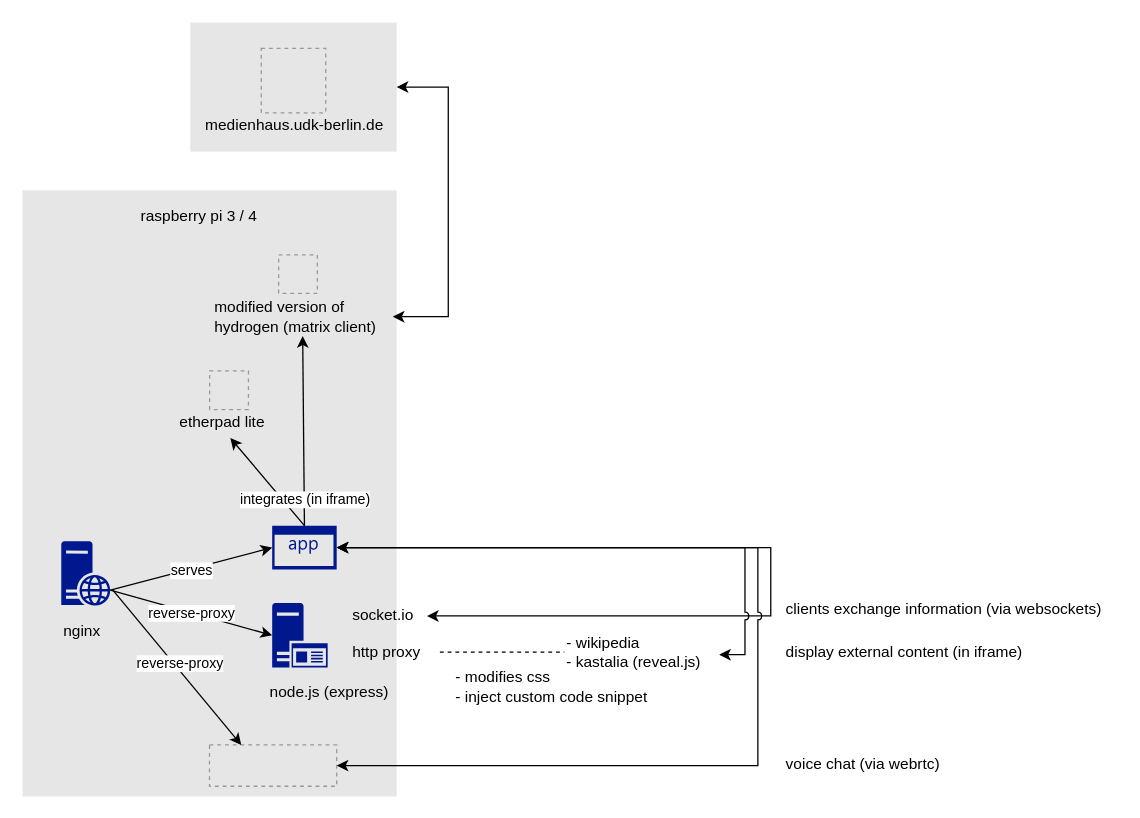
Earlier version of the draw.io diagram docs/architecture.drawio (freder/teacher.js). Source tidied: cells renumbered, new cells numbered last; positions are measured from the earlier drawing's top-left corner, leaving out a move shared by most shapes. Both pictures are drawn from the tidied source at 129%, with x=0, y=0 at pixel (22, 22). Pictures stored in the file or linked from it are replaced by grey dashed boxes.
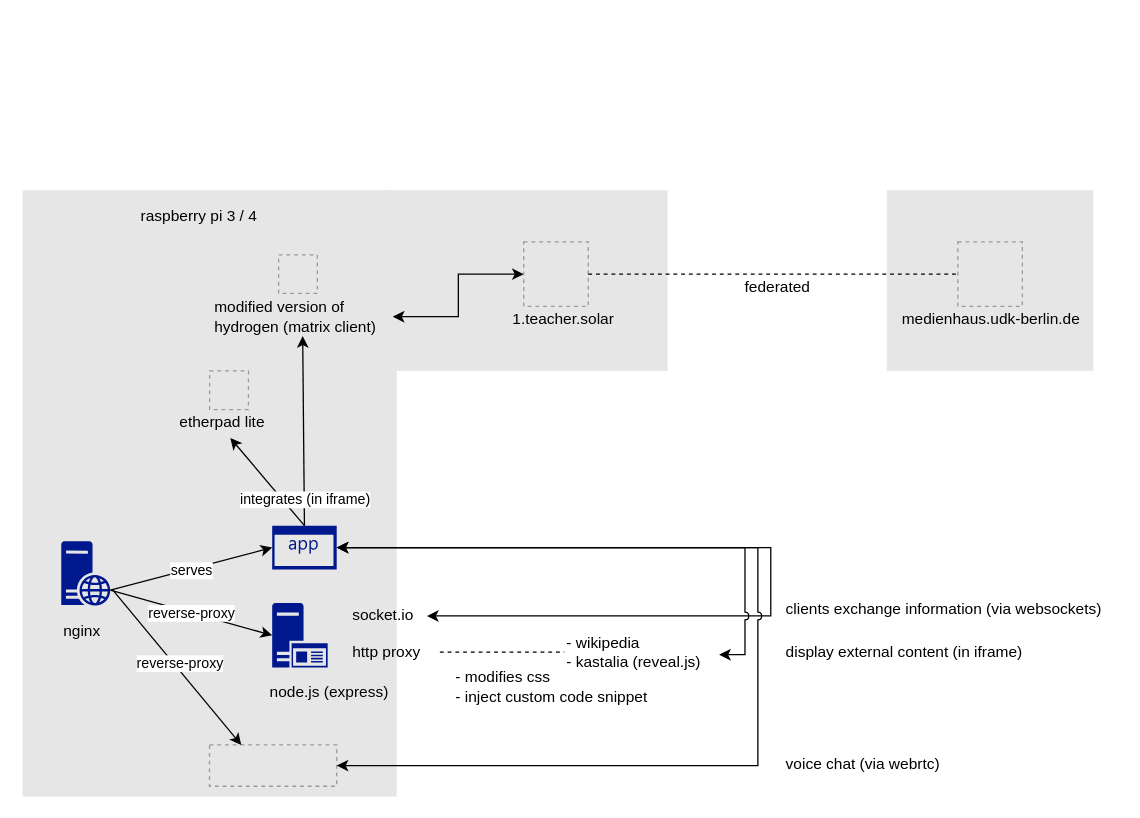
Above is the later version.

Commit message (it also covers changes not shown here):
alternative architecture diagram

The change refers to these unchanged cells:
```xml
<mxCell id="29" value="modified version of&lt;br&gt;hydrogen (matrix client)" style="text;html=1;align=left;verticalAlign=middle;points=[];strokeColor=none;" parent="28" vertex="1">
  <mxGeometry x="-1.5" y="33" width="140" height="30" as="geometry" />
</mxCell>
<mxCell id="34" style="fillColor=#E6E6E6;strokeColor=#999999;dashed=1;verticalLabelPosition=bottom;labelBackgroundColor=#ffffff;verticalAlign=top;" parent="33" vertex="1">
  <mxGeometry x="45" width="50" height="50" as="geometry" />
</mxCell>
```

Change to the diagram source:
```diff
@@
-    <mxCell id="2" style="whiteSpace=wrap;html=1;align=left;fillColor=#E6E6E6;strokeColor=none;" parent="1" vertex="1">
-      <mxGeometry x="130" width="160" height="100" as="geometry" />
-    </mxCell>
+    <mxCell id="42" style="whiteSpace=wrap;html=1;align=left;fillColor=#E6E6E6;strokeColor=none;" parent="1" vertex="1">
+      <mxGeometry x="280" y="130" width="220" height="140" as="geometry" />
+    </mxCell>
@@
-    <mxCell id="31" style="endArrow=classic;html=1;rounded=0;edgeStyle=orthogonalEdgeStyle;startArrow=classic;startFill=1;shadow=0;sketch=0;jumpStyle=arc;entryX=1;entryY=0.5;entryDx=0;entryDy=0;" parent="1" edge="1" source="29" target="2">
-      <mxGeometry relative="1" as="geometry">
-        <Array as="points">
-          <mxPoint x="330" y="228" />
-          <mxPoint x="330" y="50" />
-        </Array>
-      </mxGeometry>
+    <mxCell id="31" style="endArrow=classic;html=1;rounded=0;edgeStyle=orthogonalEdgeStyle;startArrow=classic;startFill=1;shadow=0;sketch=0;jumpStyle=arc;entryX=0;entryY=0.5;entryDx=0;entryDy=0;" parent="1" edge="1" source="29" target="34">
+      <mxGeometry relative="1" as="geometry" />
     </mxCell>
     <mxCell id="32" style="group;" parent="1" vertex="1">
-      <mxGeometry x="140" y="20" width="150" height="70" as="geometry" />
+      <mxGeometry x="343.5" y="170" width="150" height="70" as="geometry" />
     </mxCell>
@@
-    <mxCell id="35" value="medienhaus.udk-berlin.de" style="text;html=1;align=left;verticalAlign=middle;strokeColor=none;" parent="32" vertex="1">
-      <mxGeometry y="50" width="150" height="20" as="geometry" />
+    <mxCell id="35" value="1.teacher.solar" style="text;html=1;align=center;verticalAlign=middle;strokeColor=none;" parent="32" vertex="1">
+      <mxGeometry x="30" y="50" width="90" height="20" as="geometry" />
     </mxCell>
@@
+    <mxCell id="43" style="whiteSpace=wrap;html=1;align=left;fillColor=#E6E6E6;strokeColor=none;" parent="1" vertex="1">
+      <mxGeometry x="670" y="130" width="160" height="140" as="geometry" />
+    </mxCell>
+    <mxCell id="44" style="group;" parent="1" vertex="1">
+      <mxGeometry x="680" y="170" width="150" height="70" as="geometry" />
+    </mxCell>
+    <mxCell id="45" style="group;" parent="44" vertex="1">
+      <mxGeometry width="150" height="60" as="geometry" />
+    </mxCell>
+    <mxCell id="46" style="fillColor=#E6E6E6;strokeColor=#999999;dashed=1;verticalLabelPosition=bottom;labelBackgroundColor=#ffffff;verticalAlign=top;" parent="45" vertex="1">
+      <mxGeometry x="45" width="50" height="50" as="geometry" />
+    </mxCell>
+    <mxCell id="47" value="medienhaus.udk-berlin.de" style="text;html=1;align=left;verticalAlign=middle;strokeColor=none;" parent="44" vertex="1">
+      <mxGeometry y="50" width="150" height="20" as="geometry" />
+    </mxCell>
+    <mxCell id="48" style="endArrow=none;html=1;endFill=0;dashed=1;" parent="1" edge="1" source="34" target="46">
+      <mxGeometry relative="1" as="geometry" />
+    </mxCell>
+    <mxCell id="49" value="federated" style="text;html=1;align=center;verticalAlign=middle;strokeColor=none;" parent="1" vertex="1">
+      <mxGeometry x="550" y="195" width="70" height="20" as="geometry" />
+    </mxCell>
```
